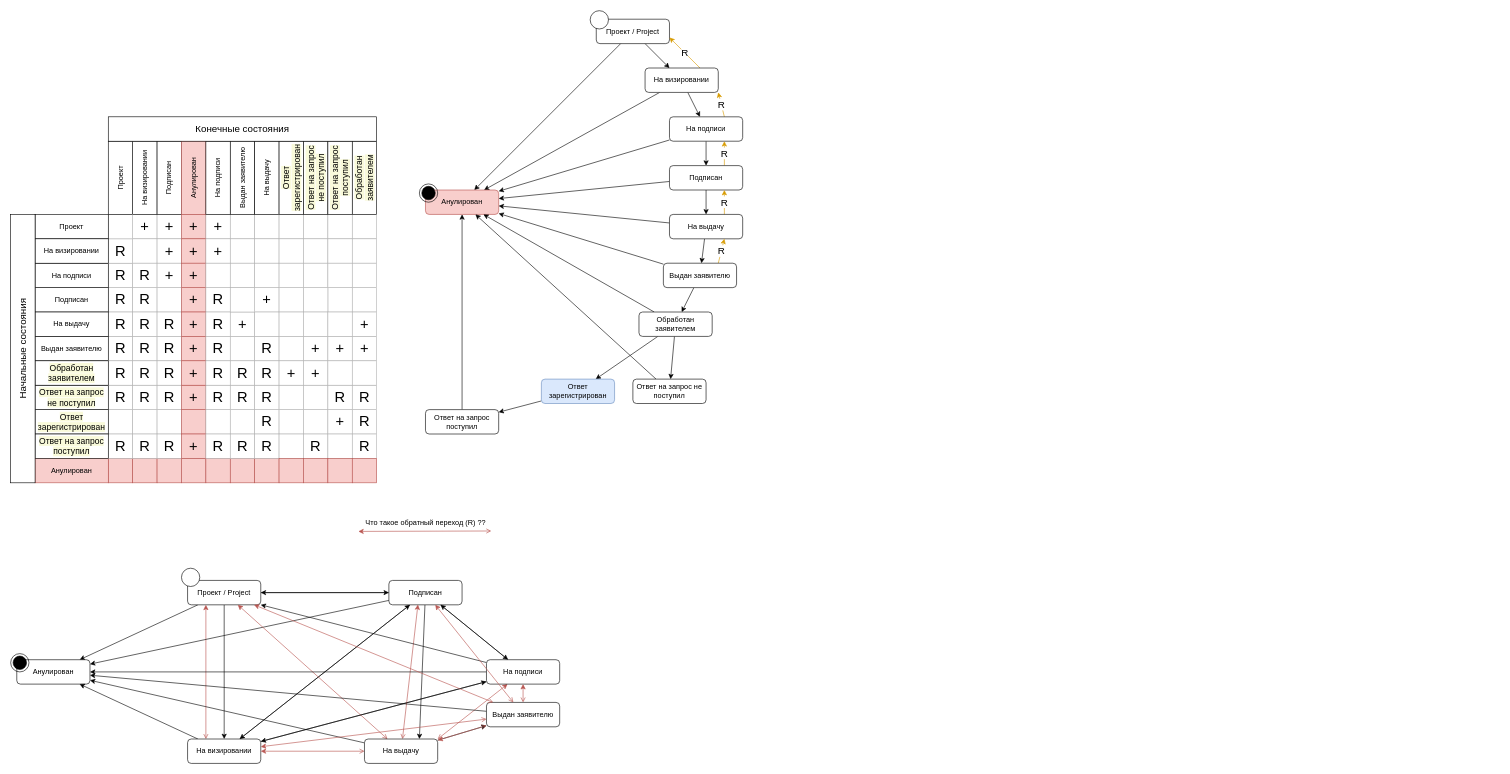
The draw.io diagram Domain/Requests/InternalState.StateMachine.drawio in davyd0ff/so-line-grls, before the edit. Source tidied: cells renumbered, new cells numbered last; positions are measured from the earlier drawing's top-left corner, leaving out a move shared by most shapes. Both pictures are drawn from the tidied source at 61%, with x=0, y=0 at pixel (10, 10).
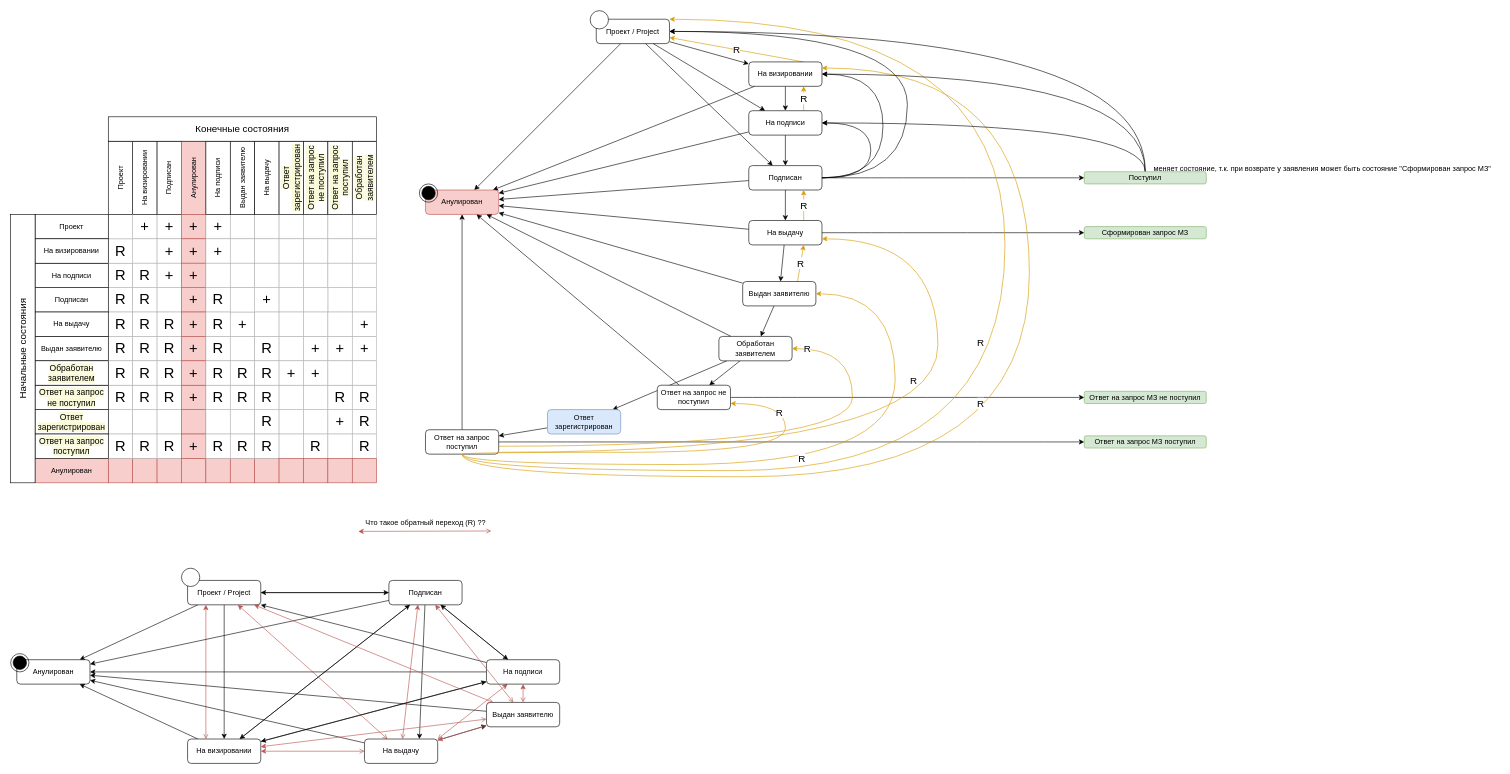
After the change.

Unchanged cells that the change refers to:
```xml
<mxCell id="188" value="Проект / Project" style="rounded=1;whiteSpace=wrap;html=1;" parent="1" vertex="1">
  <mxGeometry x="960" y="14" width="120" height="40" as="geometry" />
</mxCell>
```

What changed in the source:
```diff
@@
     <mxCell id="193" value="На визировании" style="rounded=1;whiteSpace=wrap;html=1;" parent="1" vertex="1">
-      <mxGeometry x="1040" y="94" width="120" height="40" as="geometry" />
+      <mxGeometry x="1210" y="84" width="120" height="40" as="geometry" />
     </mxCell>
@@
-    <mxCell id="195" value="R" style="edgeStyle=none;rounded=0;jettySize=auto;html=1;exitX=0.75;exitY=0;exitDx=0;exitDy=0;entryX=1;entryY=1;entryDx=0;entryDy=0;fontSize=16;fillColor=#ffe6cc;strokeColor=#d79b00;" parent="1" edge="1" source="197" target="193">
+    <mxCell id="195" value="R" style="edgeStyle=none;rounded=0;jettySize=auto;html=1;exitX=0.75;exitY=0;exitDx=0;exitDy=0;entryX=0.75;entryY=1;entryDx=0;entryDy=0;fontSize=16;fillColor=#ffe6cc;strokeColor=#d79b00;" parent="1" edge="1" source="197" target="193">
       <mxGeometry relative="1" as="geometry" />
     </mxCell>
@@
     <mxCell id="197" value="На подписи" style="rounded=1;whiteSpace=wrap;html=1;" parent="1" vertex="1">
-      <mxGeometry x="1080" y="174" width="120" height="40" as="geometry" />
+      <mxGeometry x="1210" y="164" width="120" height="40" as="geometry" />
     </mxCell>
@@
-    <mxCell id="202" value="R" style="edgeStyle=none;rounded=0;jettySize=auto;html=1;entryX=0.75;entryY=1;entryDx=0;entryDy=0;fontSize=16;exitX=0.75;exitY=0;exitDx=0;exitDy=0;fillColor=#ffe6cc;strokeColor=#d79b00;" parent="1" edge="1" source="205" target="197">
-      <mxGeometry relative="1" as="geometry" />
-    </mxCell>
@@
+    <mxCell id="224" style="edgeStyle=orthogonalEdgeStyle;curved=1;rounded=0;jettySize=auto;html=1;entryX=0;entryY=0.5;entryDx=0;entryDy=0;" parent="1" edge="1" source="205" target="241">
+      <mxGeometry relative="1" as="geometry" />
+    </mxCell>
     <mxCell id="205" value="Подписан" style="rounded=1;whiteSpace=wrap;html=1;" parent="1" vertex="1">
-      <mxGeometry x="1080" y="254" width="120" height="40" as="geometry" />
+      <mxGeometry x="1210" y="254" width="120" height="40" as="geometry" />
     </mxCell>
@@
+    <mxCell id="225" style="edgeStyle=orthogonalEdgeStyle;curved=1;rounded=0;jettySize=auto;html=1;entryX=0;entryY=0.5;entryDx=0;entryDy=0;" parent="1" edge="1" source="209" target="242">
+      <mxGeometry relative="1" as="geometry" />
+    </mxCell>
     <mxCell id="209" value="На выдачу" style="rounded=1;whiteSpace=wrap;html=1;" parent="1" vertex="1">
-      <mxGeometry x="1080" y="334" width="120" height="40" as="geometry" />
+      <mxGeometry x="1210" y="344" width="120" height="40" as="geometry" />
     </mxCell>
@@
     <mxCell id="213" value="Выдан заявителю" style="rounded=1;whiteSpace=wrap;html=1;" parent="1" vertex="1">
-      <mxGeometry x="1070" y="414" width="120" height="40" as="geometry" />
+      <mxGeometry x="1200" y="444" width="120" height="40" as="geometry" />
     </mxCell>
@@
     <mxCell id="217" value="Обработан заявителем" style="rounded=1;whiteSpace=wrap;html=1;" parent="1" vertex="1">
-      <mxGeometry x="1030" y="494" width="120" height="40" as="geometry" />
+      <mxGeometry x="1161" y="534" width="120" height="40" as="geometry" />
     </mxCell>
@@
     <mxCell id="219" value="Ответ на запрос поступил" style="rounded=1;whiteSpace=wrap;html=1;" parent="1" vertex="1">
-      <mxGeometry x="680" y="654" width="120" height="40" as="geometry" />
+      <mxGeometry x="680" y="687" width="120" height="40" as="geometry" />
     </mxCell>
@@
+    <mxCell id="226" style="edgeStyle=orthogonalEdgeStyle;curved=1;rounded=0;jettySize=auto;html=1;entryX=0;entryY=0.5;entryDx=0;entryDy=0;" parent="1" edge="1" source="221" target="244">
+      <mxGeometry relative="1" as="geometry" />
+    </mxCell>
     <mxCell id="221" value="Ответ на запрос не поступил" style="rounded=1;whiteSpace=wrap;html=1;" parent="1" vertex="1">
-      <mxGeometry x="1020" y="604" width="120" height="40" as="geometry" />
+      <mxGeometry x="1060" y="614" width="120" height="40" as="geometry" />
     </mxCell>
@@
+    <mxCell id="227" style="edgeStyle=orthogonalEdgeStyle;curved=1;rounded=0;jettySize=auto;html=1;exitX=1;exitY=0.5;exitDx=0;exitDy=0;" parent="1" edge="1" source="219" target="245">
+      <mxGeometry relative="1" as="geometry" />
+    </mxCell>
     <mxCell id="223" value="Ответ зарегистрирован" style="rounded=1;whiteSpace=wrap;html=1;fillColor=#dae8fc;strokeColor=#6c8ebf;" parent="1" vertex="1">
-      <mxGeometry x="870" y="604" width="120" height="40" as="geometry" />
+      <mxGeometry x="880" y="654" width="120" height="40" as="geometry" />
     </mxCell>
+    <mxCell id="228" value="R" style="edgeStyle=orthogonalEdgeStyle;rounded=0;jettySize=auto;html=1;fontSize=16;fillColor=#ffe6cc;strokeColor=#d79b00;curved=1;entryX=1;entryY=0.75;entryDx=0;entryDy=0;" parent="1" edge="1" source="219" target="209">
+      <mxGeometry x="0.33" y="40" relative="1" as="geometry">
+        <Array as="points">
+          <mxPoint x="740" y="724" />
+          <mxPoint x="1520" y="724" />
+          <mxPoint x="1520" y="374" />
+        </Array>
+      </mxGeometry>
+    </mxCell>
+    <mxCell id="229" value="R" style="edgeStyle=orthogonalEdgeStyle;rounded=0;jettySize=auto;html=1;fontSize=16;fillColor=#ffe6cc;strokeColor=#d79b00;curved=1;entryX=1;entryY=0.5;entryDx=0;entryDy=0;" parent="1" edge="1" source="219" target="217">
+      <mxGeometry x="0.94" relative="1" as="geometry">
+        <Array as="points">
+          <mxPoint x="740" y="714" />
+          <mxPoint x="1380" y="714" />
+          <mxPoint x="1380" y="554" />
+        </Array>
+      </mxGeometry>
+    </mxCell>
+    <mxCell id="230" style="edgeStyle=none;rounded=0;jettySize=auto;html=1;fontSize=16;" parent="1" edge="1" source="188" target="197">
+      <mxGeometry relative="1" as="geometry" />
+    </mxCell>
+    <mxCell id="231" style="edgeStyle=none;rounded=0;jettySize=auto;html=1;fontSize=16;" parent="1" edge="1" source="188" target="205">
+      <mxGeometry relative="1" as="geometry" />
+    </mxCell>
+    <mxCell id="232" style="edgeStyle=orthogonalEdgeStyle;rounded=0;jettySize=auto;html=1;fontSize=16;entryX=1;entryY=0.5;entryDx=0;entryDy=0;exitX=1;exitY=0.5;exitDx=0;exitDy=0;curved=1;" parent="1" edge="1" source="205" target="193">
+      <mxGeometry relative="1" as="geometry">
+        <Array as="points">
+          <mxPoint x="1430" y="274" />
+          <mxPoint x="1430" y="104" />
+        </Array>
+      </mxGeometry>
+    </mxCell>
+    <mxCell id="202" style="edgeStyle=orthogonalEdgeStyle;rounded=0;jettySize=auto;html=1;fontSize=16;entryX=1;entryY=0.5;entryDx=0;entryDy=0;exitX=1;exitY=0.5;exitDx=0;exitDy=0;curved=1;" parent="1" edge="1" source="205" target="197">
+      <mxGeometry relative="1" as="geometry">
+        <Array as="points">
+          <mxPoint x="1410" y="274" />
+          <mxPoint x="1410" y="184" />
+        </Array>
+      </mxGeometry>
+    </mxCell>
+    <mxCell id="233" style="edgeStyle=orthogonalEdgeStyle;rounded=0;jettySize=auto;html=1;fontSize=16;entryX=1;entryY=0.5;entryDx=0;entryDy=0;exitX=1;exitY=0.5;exitDx=0;exitDy=0;curved=1;" parent="1" edge="1" source="205" target="188">
+      <mxGeometry relative="1" as="geometry">
+        <Array as="points">
+          <mxPoint x="1470" y="274" />
+          <mxPoint x="1470" y="34" />
+        </Array>
+      </mxGeometry>
+    </mxCell>
+    <mxCell id="234" value="R" style="edgeStyle=orthogonalEdgeStyle;rounded=0;jettySize=auto;html=1;fontSize=16;fillColor=#ffe6cc;strokeColor=#d79b00;curved=1;entryX=1;entryY=0.5;entryDx=0;entryDy=0;exitX=0.5;exitY=1;exitDx=0;exitDy=0;" parent="1" edge="1" source="219" target="213">
+      <mxGeometry x="0.01" y="10" relative="1" as="geometry">
+        <Array as="points">
+          <mxPoint x="740" y="744" />
+          <mxPoint x="1450" y="744" />
+          <mxPoint x="1450" y="464" />
+        </Array>
+      </mxGeometry>
+    </mxCell>
+    <mxCell id="235" value="R" style="edgeStyle=orthogonalEdgeStyle;rounded=0;jettySize=auto;html=1;fontSize=16;fillColor=#ffe6cc;strokeColor=#d79b00;curved=1;entryX=1;entryY=0;entryDx=0;entryDy=0;exitX=0.5;exitY=1;exitDx=0;exitDy=0;" parent="1" edge="1" source="219" target="188">
+      <mxGeometry x="0.02" y="40" relative="1" as="geometry">
+        <Array as="points">
+          <mxPoint x="740" y="754" />
+          <mxPoint x="1630" y="754" />
+          <mxPoint x="1630" y="14" />
+        </Array>
+      </mxGeometry>
+    </mxCell>
+    <mxCell id="236" value="R" style="edgeStyle=orthogonalEdgeStyle;rounded=0;jettySize=auto;html=1;fontSize=16;fillColor=#ffe6cc;strokeColor=#d79b00;curved=1;entryX=1;entryY=0.25;entryDx=0;entryDy=0;exitX=0.5;exitY=1;exitDx=0;exitDy=0;" parent="1" edge="1" source="219" target="193">
+      <mxGeometry x="0.1" y="80" relative="1" as="geometry">
+        <Array as="points">
+          <mxPoint x="740" y="764" />
+          <mxPoint x="1670" y="764" />
+          <mxPoint x="1670" y="94" />
+        </Array>
+      </mxGeometry>
+    </mxCell>
+    <mxCell id="237" value="R" style="edgeStyle=orthogonalEdgeStyle;rounded=0;jettySize=auto;html=1;fontSize=16;fillColor=#ffe6cc;strokeColor=#d79b00;curved=1;entryX=1;entryY=0.75;entryDx=0;entryDy=0;exitX=0.5;exitY=1;exitDx=0;exitDy=0;" parent="1" edge="1" source="219" target="221">
+      <mxGeometry x="0.7" y="10" relative="1" as="geometry">
+        <Array as="points">
+          <mxPoint x="740" y="724" />
+          <mxPoint x="1270" y="724" />
+          <mxPoint x="1270" y="644" />
+        </Array>
+      </mxGeometry>
+    </mxCell>
+    <mxCell id="238" style="edgeStyle=orthogonalEdgeStyle;curved=1;rounded=0;jettySize=auto;html=1;entryX=1;entryY=0.5;entryDx=0;entryDy=0;exitX=0.5;exitY=0;exitDx=0;exitDy=0;" parent="1" edge="1" source="241" target="197">
+      <mxGeometry relative="1" as="geometry" />
+    </mxCell>
+    <mxCell id="239" style="edgeStyle=orthogonalEdgeStyle;curved=1;rounded=0;jettySize=auto;html=1;exitX=0.5;exitY=0;exitDx=0;exitDy=0;entryX=1;entryY=0.5;entryDx=0;entryDy=0;" parent="1" edge="1" source="241" target="193">
+      <mxGeometry relative="1" as="geometry" />
+    </mxCell>
+    <mxCell id="240" style="edgeStyle=orthogonalEdgeStyle;curved=1;rounded=0;jettySize=auto;html=1;entryX=1;entryY=0.5;entryDx=0;entryDy=0;exitX=0.5;exitY=0;exitDx=0;exitDy=0;" parent="1" edge="1" source="241" target="188">
+      <mxGeometry relative="1" as="geometry" />
+    </mxCell>
+    <mxCell id="241" value="Поступил" style="rounded=1;whiteSpace=wrap;html=1;fillColor=#d5e8d4;strokeColor=#82b366;" parent="1" vertex="1">
+      <mxGeometry x="1760" y="264" width="200" height="20" as="geometry" />
+    </mxCell>
+    <mxCell id="242" value="Сформирован запрос МЗ" style="rounded=1;whiteSpace=wrap;html=1;fillColor=#d5e8d4;strokeColor=#82b366;" parent="1" vertex="1">
+      <mxGeometry x="1760" y="354" width="200" height="20" as="geometry" />
+    </mxCell>
+    <mxCell id="243" value="меняет состояние, т.к. при возврате у заявления может быть состояние &quot;Сформирован запрос МЗ&quot;" style="text;html=1;align=center;verticalAlign=middle;strokeColor=none;fillColor=none;" parent="1" vertex="1">
+      <mxGeometry x="1860" y="244" width="580" height="30" as="geometry" />
+    </mxCell>
+    <mxCell id="244" value="Ответ на запрос МЗ не поступил" style="rounded=1;whiteSpace=wrap;html=1;fillColor=#d5e8d4;strokeColor=#82b366;" parent="1" vertex="1">
+      <mxGeometry x="1760" y="624" width="200" height="20" as="geometry" />
+    </mxCell>
+    <mxCell id="245" value="Ответ на запрос МЗ поступил" style="rounded=1;whiteSpace=wrap;html=1;fillColor=#d5e8d4;strokeColor=#82b366;" parent="1" vertex="1">
+      <mxGeometry x="1760" y="697" width="200" height="20" as="geometry" />
+    </mxCell>
```
